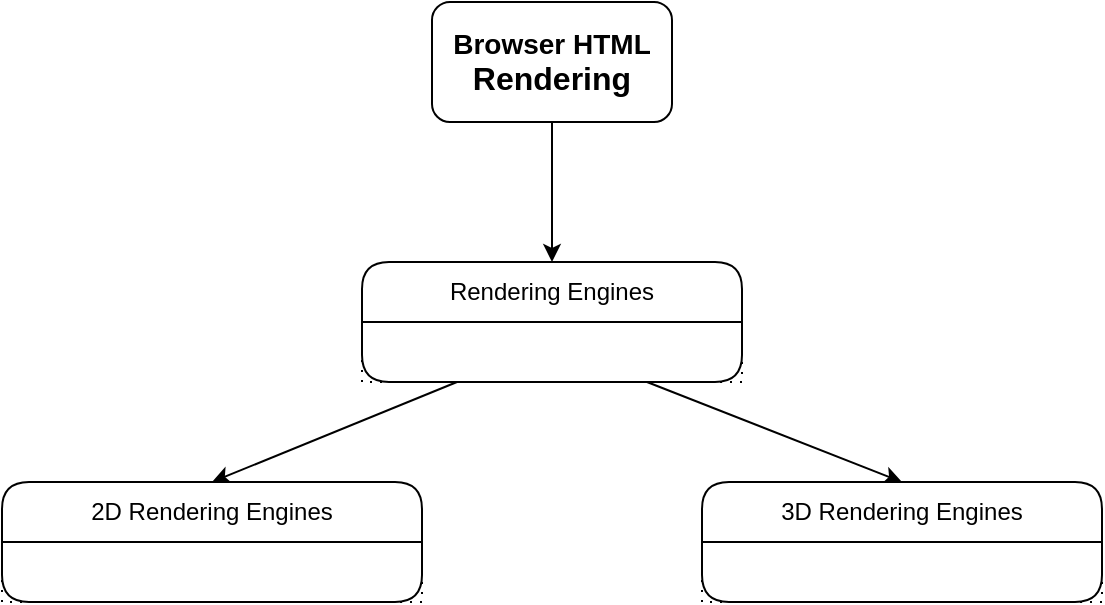
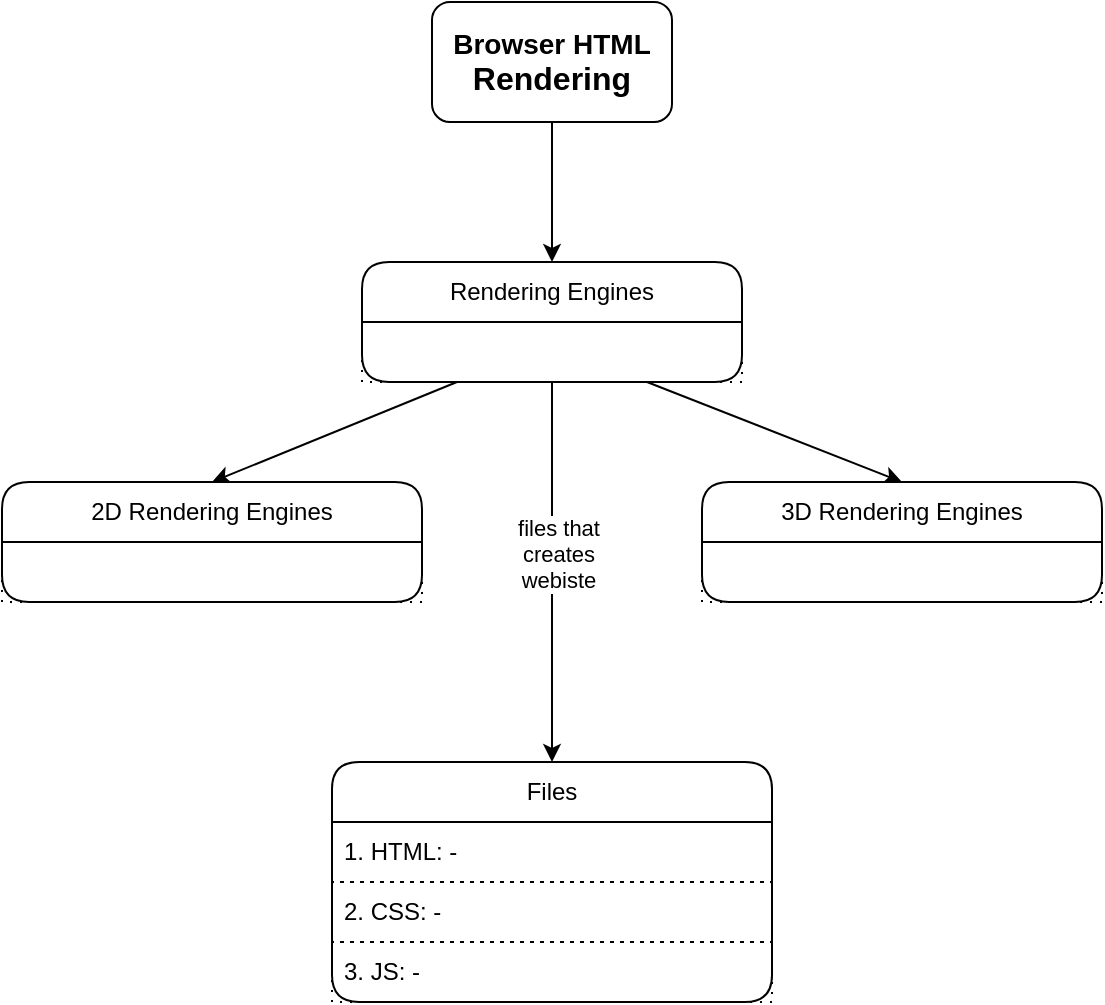
<mxfile host="65bd71144e">
    <diagram id="r78VBvRczs9aiwtW1SV-" name="Page-1">
        <mxGraphModel dx="662" dy="475" grid="1" gridSize="10" guides="1" tooltips="1" connect="1" arrows="1" fold="1" page="1" pageScale="1" pageWidth="827" pageHeight="1169" background="#ffffff" math="0" shadow="0">
            <root>
                <mxCell id="0"/>
                <mxCell id="1" parent="0"/>
                <mxCell id="7" style="edgeStyle=none;html=1;exitX=0.5;exitY=1;exitDx=0;exitDy=0;" parent="1" source="2" target="3" edge="1">
                    <mxGeometry relative="1" as="geometry"/>
                </mxCell>
                <mxCell id="2" value="&lt;b&gt;&lt;font style=&quot;font-size: 14px;&quot;&gt;Browser HTML&lt;/font&gt;&lt;/b&gt;&lt;div&gt;&lt;b&gt;&lt;font size=&quot;3&quot;&gt;Rendering&lt;/font&gt;&lt;/b&gt;&lt;/div&gt;" style="rounded=1;whiteSpace=wrap;html=1;" parent="1" vertex="1">
                    <mxGeometry x="215" y="110" width="120" height="60" as="geometry"/>
                </mxCell>
                <mxCell id="10" style="edgeStyle=none;html=1;exitX=0.25;exitY=1;exitDx=0;exitDy=0;entryX=0.5;entryY=0;entryDx=0;entryDy=0;" parent="1" source="3" target="8" edge="1">
                    <mxGeometry relative="1" as="geometry"/>
                </mxCell>
                <mxCell id="13" style="edgeStyle=none;html=1;exitX=0.75;exitY=1;exitDx=0;exitDy=0;entryX=0.5;entryY=0;entryDx=0;entryDy=0;" parent="1" source="3" target="11" edge="1">
                    <mxGeometry relative="1" as="geometry"/>
                </mxCell>
+                 <mxCell id="14" style="edgeStyle=none;html=1;exitX=0.5;exitY=1;exitDx=0;exitDy=0;entryX=0.5;entryY=0;entryDx=0;entryDy=0;" edge="1" parent="1" source="3" target="16">
+                     <mxGeometry relative="1" as="geometry">
+                         <mxPoint x="280" y="470" as="targetPoint"/>
+                     </mxGeometry>
+                 </mxCell>
+                 <mxCell id="15" value="&lt;font style=&quot;color: light-dark(rgb(0, 0, 0), rgb(255, 255, 255));&quot;&gt;files that&lt;/font&gt;&lt;div&gt;&lt;font style=&quot;color: light-dark(rgb(0, 0, 0), rgb(255, 255, 255));&quot;&gt;creates&lt;/font&gt;&lt;/div&gt;&lt;div&gt;&lt;font style=&quot;color: light-dark(rgb(0, 0, 0), rgb(255, 255, 255));&quot;&gt;webiste&lt;/font&gt;&lt;/div&gt;" style="edgeLabel;html=1;align=center;verticalAlign=middle;resizable=0;points=[];" vertex="1" connectable="0" parent="14">
+                     <mxGeometry x="-0.0952" y="3" relative="1" as="geometry">
+                         <mxPoint as="offset"/>
+                     </mxGeometry>
+                 </mxCell>
                <mxCell id="3" value="Rendering Engines" style="swimlane;fontStyle=0;childLayout=stackLayout;horizontal=1;startSize=30;horizontalStack=0;resizeParent=1;resizeParentMax=0;resizeLast=0;collapsible=1;marginBottom=0;whiteSpace=wrap;html=1;rounded=1;" parent="1" vertex="1">
                    <mxGeometry x="180" y="240" width="190" height="60" as="geometry">
-                         <mxRectangle x="230" y="240" width="140" height="30" as="alternateBounds"/>
+                         <mxRectangle x="180" y="240" width="140" height="30" as="alternateBounds"/>
                    </mxGeometry>
                </mxCell>
                <mxCell id="4" value="" style="text;strokeColor=default;fillColor=none;align=left;verticalAlign=middle;spacingLeft=4;spacingRight=4;overflow=hidden;points=[[0,0.5],[1,0.5]];portConstraint=eastwest;rotatable=0;whiteSpace=wrap;html=1;dashed=1;dashPattern=1 4;" parent="3" vertex="1">
                    <mxGeometry y="30" width="190" height="30" as="geometry"/>
                </mxCell>
                <mxCell id="8" value="2D Rendering Engines" style="swimlane;fontStyle=0;childLayout=stackLayout;horizontal=1;startSize=30;horizontalStack=0;resizeParent=1;resizeParentMax=0;resizeLast=0;collapsible=1;marginBottom=0;whiteSpace=wrap;html=1;rounded=1;" parent="1" vertex="1">
                    <mxGeometry y="350" width="210" height="60" as="geometry">
                        <mxRectangle x="120" y="330" width="140" height="30" as="alternateBounds"/>
                    </mxGeometry>
                </mxCell>
                <mxCell id="9" value="" style="text;strokeColor=default;fillColor=none;align=left;verticalAlign=middle;spacingLeft=4;spacingRight=4;overflow=hidden;points=[[0,0.5],[1,0.5]];portConstraint=eastwest;rotatable=0;whiteSpace=wrap;html=1;dashed=1;dashPattern=1 4;" parent="8" vertex="1">
                    <mxGeometry y="30" width="210" height="30" as="geometry"/>
                </mxCell>
                <mxCell id="11" value="3D Rendering Engines" style="swimlane;fontStyle=0;childLayout=stackLayout;horizontal=1;startSize=30;horizontalStack=0;resizeParent=1;resizeParentMax=0;resizeLast=0;collapsible=1;marginBottom=0;whiteSpace=wrap;html=1;rounded=1;" parent="1" vertex="1">
                    <mxGeometry x="350" y="350" width="200" height="60" as="geometry">
                        <mxRectangle x="310" y="340" width="140" height="30" as="alternateBounds"/>
                    </mxGeometry>
                </mxCell>
                <mxCell id="12" value="" style="text;strokeColor=default;fillColor=none;align=left;verticalAlign=middle;spacingLeft=4;spacingRight=4;overflow=hidden;points=[[0,0.5],[1,0.5]];portConstraint=eastwest;rotatable=0;whiteSpace=wrap;html=1;dashed=1;dashPattern=1 4;" parent="11" vertex="1">
                    <mxGeometry y="30" width="200" height="30" as="geometry"/>
                </mxCell>
+                 <mxCell id="16" value="Files" style="swimlane;fontStyle=0;childLayout=stackLayout;horizontal=1;startSize=30;horizontalStack=0;resizeParent=1;resizeParentMax=0;resizeLast=0;collapsible=1;marginBottom=0;whiteSpace=wrap;html=1;rounded=1;" vertex="1" parent="1">
+                     <mxGeometry x="165" y="490" width="220" height="120" as="geometry">
+                         <mxRectangle x="310" y="340" width="140" height="30" as="alternateBounds"/>
+                     </mxGeometry>
+                 </mxCell>
+                 <mxCell id="17" value="1. HTML: -" style="text;strokeColor=default;fillColor=none;align=left;verticalAlign=middle;spacingLeft=4;spacingRight=4;overflow=hidden;points=[[0,0.5],[1,0.5]];portConstraint=eastwest;rotatable=0;whiteSpace=wrap;html=1;dashed=1;dashPattern=1 4;" vertex="1" parent="16">
+                     <mxGeometry y="30" width="220" height="30" as="geometry"/>
+                 </mxCell>
+                 <mxCell id="18" value="2. CSS: -" style="text;strokeColor=default;fillColor=none;align=left;verticalAlign=middle;spacingLeft=4;spacingRight=4;overflow=hidden;points=[[0,0.5],[1,0.5]];portConstraint=eastwest;rotatable=0;whiteSpace=wrap;html=1;dashed=1;dashPattern=1 4;" vertex="1" parent="16">
+                     <mxGeometry y="60" width="220" height="30" as="geometry"/>
+                 </mxCell>
+                 <mxCell id="19" value="3. JS: -" style="text;strokeColor=default;fillColor=none;align=left;verticalAlign=middle;spacingLeft=4;spacingRight=4;overflow=hidden;points=[[0,0.5],[1,0.5]];portConstraint=eastwest;rotatable=0;whiteSpace=wrap;html=1;dashed=1;dashPattern=1 4;" vertex="1" parent="16">
+                     <mxGeometry y="90" width="220" height="30" as="geometry"/>
+                 </mxCell>
            </root>
        </mxGraphModel>
    </diagram>
</mxfile>